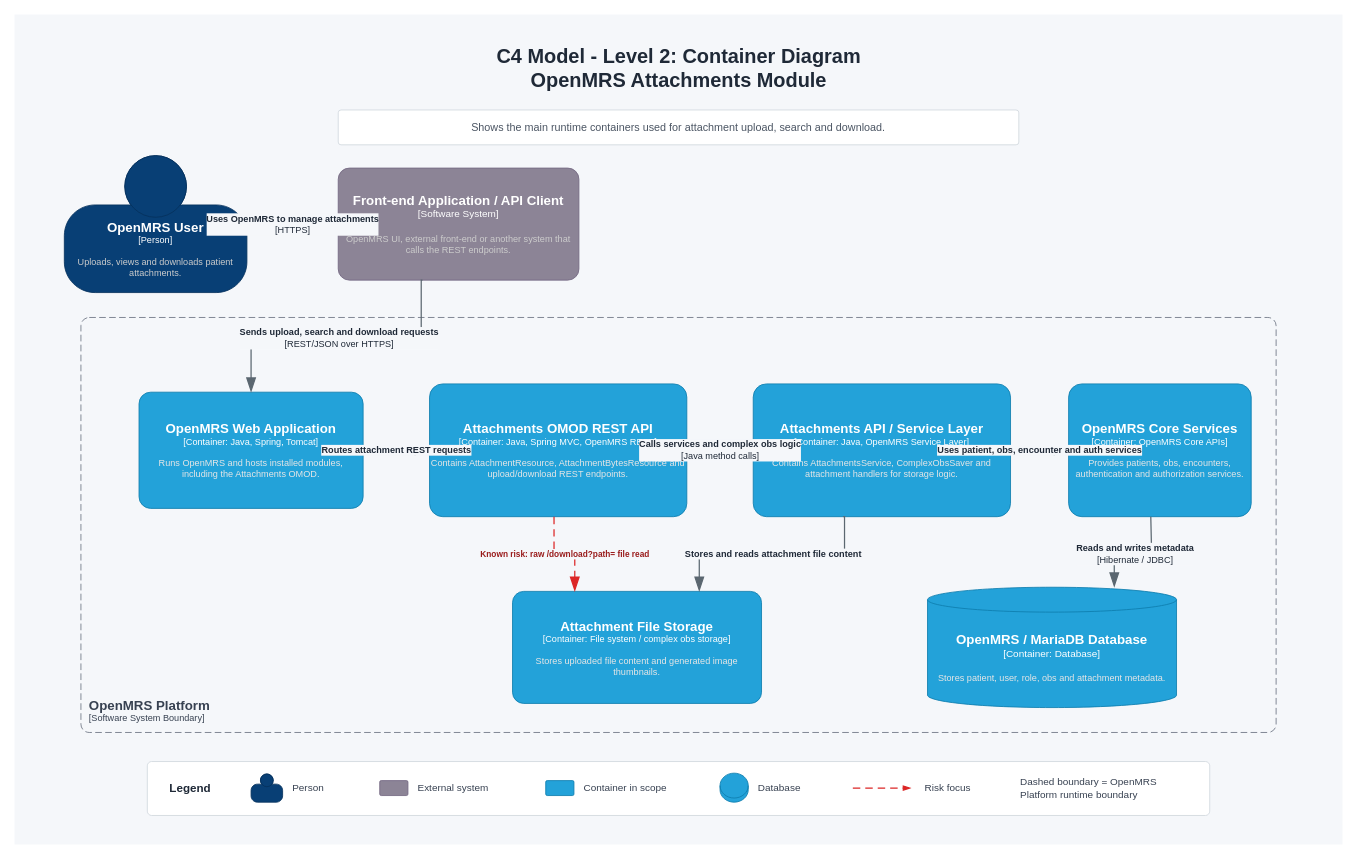
The draw.io diagram docs/architecture/c4-container-diagram.drawio in Damianen/openmrs-attatchments, before the edit. Source tidied: cells renumbered, new cells numbered last; positions are measured from the earlier drawing's top-left corner, leaving out a move shared by most shapes. Both pictures are drawn from the tidied source at 83%, with x=0, y=0 at pixel (14, 14).
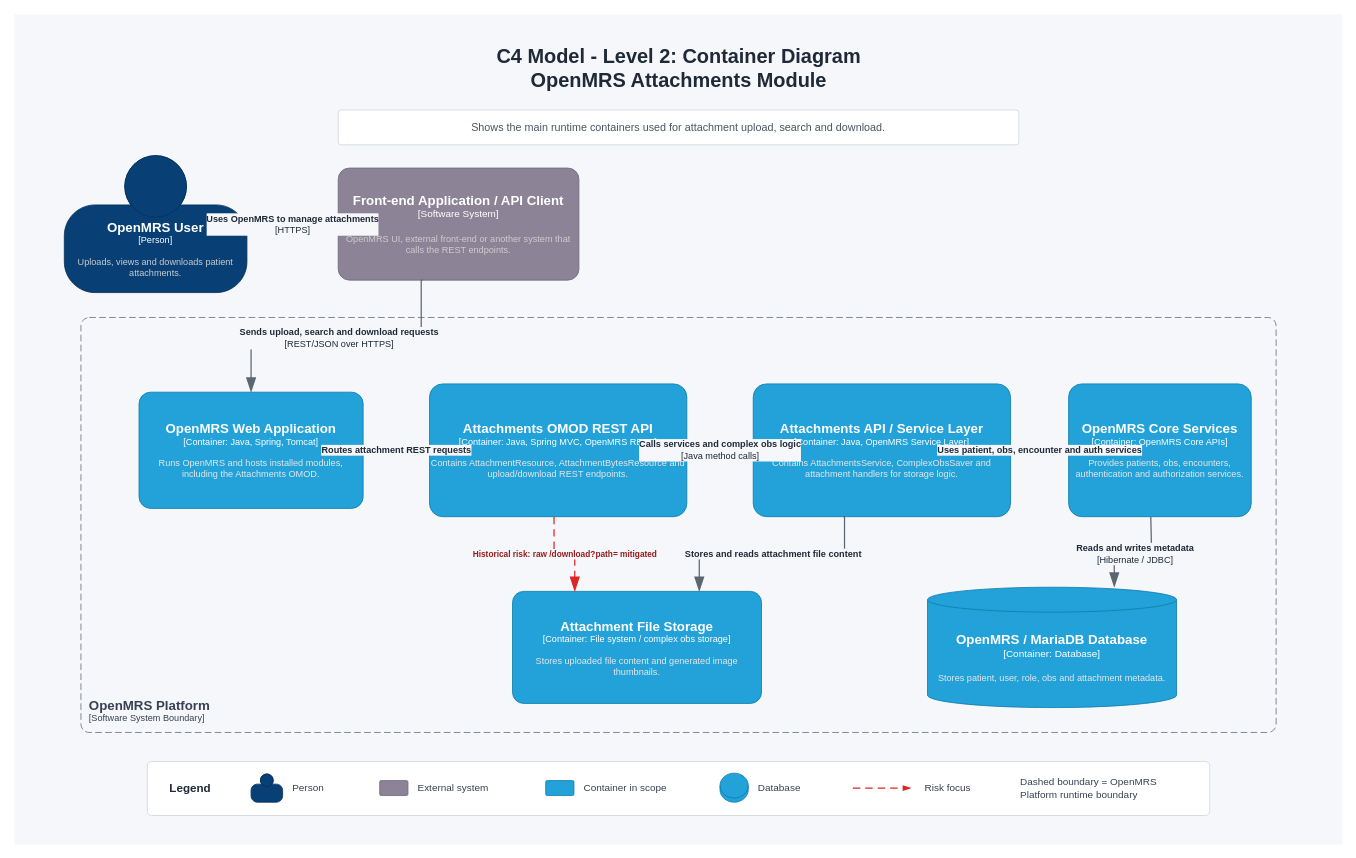
Above is the later version.

Commit message (it also covers changes not shown here):
docs: align diagrams with sprint 2 fixes

Unchanged cells that the change refers to:
```xml
<mxCell id="9" value="&lt;font style=&quot;font-size: 16px&quot;&gt;&lt;b&gt;Attachments OMOD REST API&lt;/b&gt;&lt;/font&gt;&lt;div&gt;[Container: Java, Spring MVC, OpenMRS REST]&lt;/div&gt;&lt;br&gt;&lt;div&gt;&lt;font style=&quot;font-size: 11px&quot;&gt;&lt;font color=&quot;#E6E6E6&quot;&gt;Contains AttachmentResource, AttachmentBytesResource and upload/download REST endpoints.&lt;/font&gt;&lt;/div&gt;" style="rounded=1;whiteSpace=wrap;html=1;fontSize=11;labelBackgroundColor=none;fillColor=#23A2D9;fontColor=#ffffff;align=center;arcSize=10;strokeColor=#0E7DAD;points=[[0.25,0,0],[0.5,0,0],[0.75,0,0],[1,0.25,0],[1,0.5,0],[1,0.75,0],[0.75,1,0],[0.5,1,0],[0.25,1,0],[0,0.75,0],[0,0.5,0],[0,0.25,0]];" parent="1" vertex="1">
  <mxGeometry x="500" y="445" width="310" height="160" as="geometry" />
</mxCell>
<mxCell id="12" value="&lt;font style=&quot;font-size: 16px&quot;&gt;&lt;b&gt;Attachment File Storage&lt;/b&gt;&lt;/font&gt;&lt;div&gt;[Container: File system / complex obs storage]&lt;/div&gt;&lt;br&gt;&lt;div&gt;&lt;font style=&quot;font-size: 11px&quot;&gt;&lt;font color=&quot;#E6E6E6&quot;&gt;Stores uploaded file content and generated image thumbnails.&lt;/font&gt;&lt;/div&gt;" style="rounded=1;whiteSpace=wrap;html=1;fontSize=11;labelBackgroundColor=none;fillColor=#23A2D9;fontColor=#ffffff;align=center;arcSize=10;strokeColor=#0E7DAD;points=[[0.25,0,0],[0.5,0,0],[0.75,0,0],[1,0.25,0],[1,0.5,0],[1,0.75,0],[0.75,1,0],[0.5,1,0],[0.25,1,0],[0,0.75,0],[0,0.5,0],[0,0.25,0]];" parent="1" vertex="1">
  <mxGeometry x="600" y="695" width="300" height="135" as="geometry" />
</mxCell>
```

Change to the diagram source:
```diff
@@
-    <mxCell id="21" value="&lt;div style=&quot;text-align: center&quot;&gt;&lt;b&gt;Known risk: raw /download?path= file read&lt;/b&gt;&lt;/div&gt;" style="endArrow=blockThin;html=1;fontSize=10;fontColor=#991B1B;strokeWidth=1.5;endFill=1;strokeColor=#DC2626;elbow=vertical;endSize=14;startSize=14;jumpStyle=arc;jumpSize=16;rounded=0;edgeStyle=orthogonalEdgeStyle;dashed=1;dashPattern=6 4;labelBackgroundColor=#F5F7FA;" parent="1" edge="1" source="9" target="12">
+    <mxCell id="21" value="&lt;div style=&quot;text-align: center&quot;&gt;&lt;b&gt;Historical risk: raw /download?path= mitigated&lt;/b&gt;&lt;/div&gt;" style="endArrow=blockThin;html=1;fontSize=10;fontColor=#991B1B;strokeWidth=1.5;endFill=1;strokeColor=#DC2626;elbow=vertical;endSize=14;startSize=14;jumpStyle=arc;jumpSize=16;rounded=0;edgeStyle=orthogonalEdgeStyle;dashed=1;dashPattern=6 4;labelBackgroundColor=#F5F7FA;" parent="1" edge="1" source="9" target="12">
       <mxGeometry relative="1" as="geometry">
         <Array as="points">
           <mxPoint x="650" y="650" />
           <mxPoint x="675" y="650" />
         </Array>
       </mxGeometry>
     </mxCell>
```
